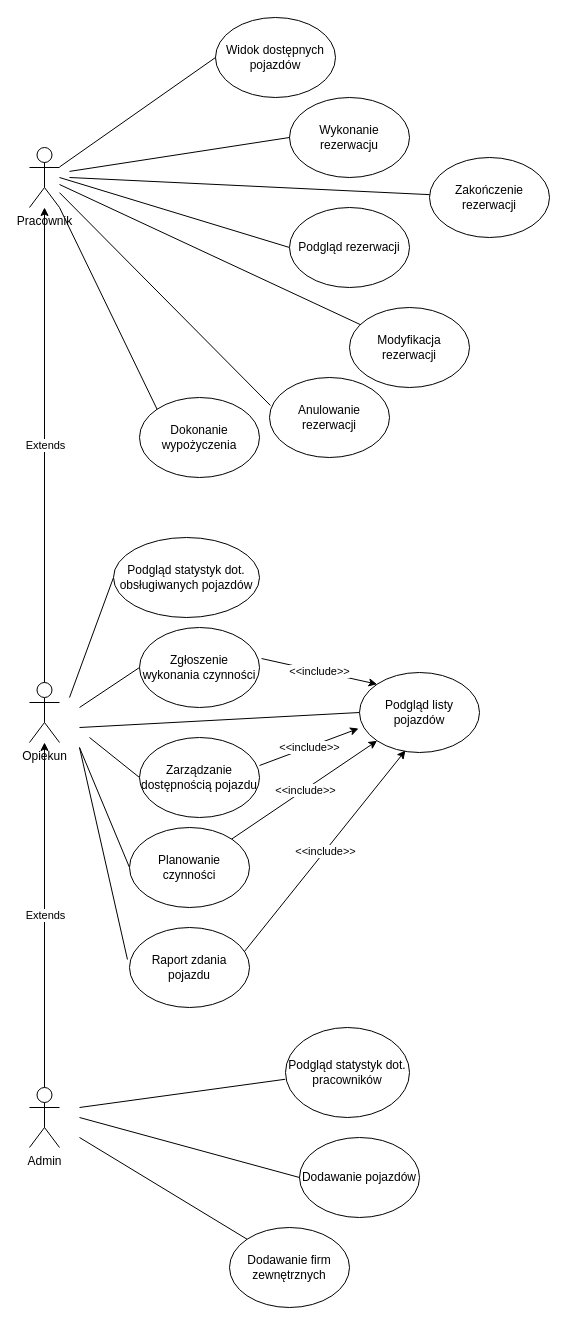
Earlier version of the draw.io diagram doc/przypadki.drawio (swietjak/2022_TAB_S10_CIESLAK). Source tidied: cells renumbered, new cells numbered last; positions are measured from the earlier drawing's top-left corner, leaving out a move shared by most shapes. Both pictures are drawn from the tidied source at 100%, with x=0, y=0 at pixel (29, 17).
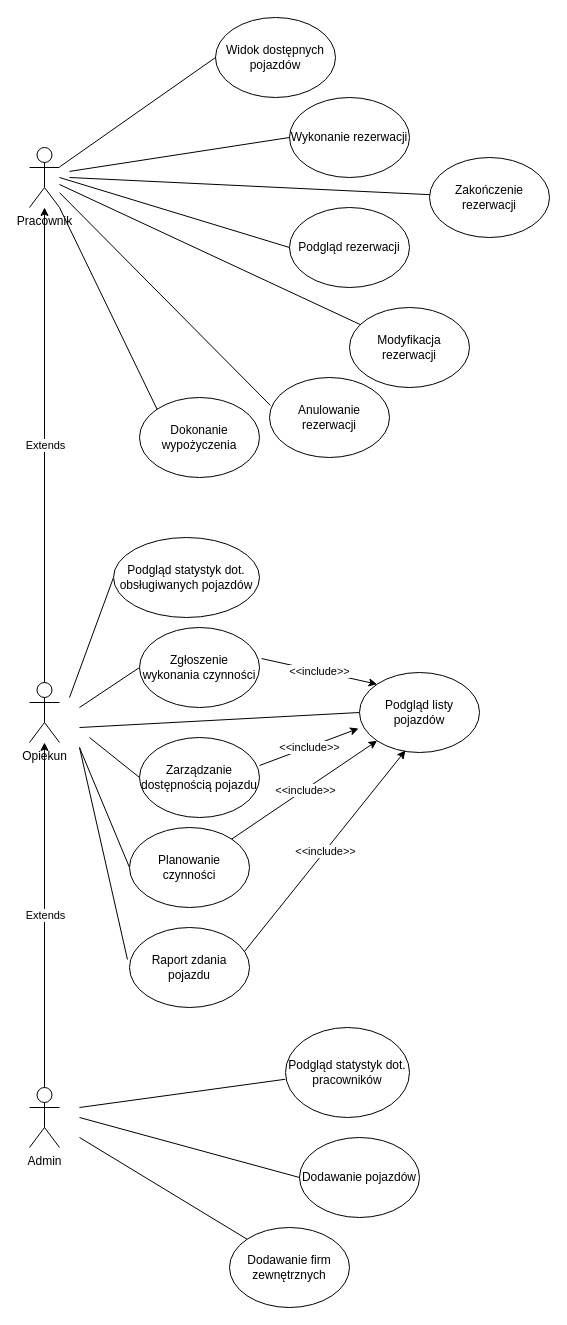
The same page after the edit.

What changed in the source:
```diff
@@
-    <mxCell id="5" value="Wykonanie rezerwacju" style="ellipse;whiteSpace=wrap;html=1;" parent="1" vertex="1">
+    <mxCell id="5" value="Wykonanie rezerwacji" style="ellipse;whiteSpace=wrap;html=1;" parent="1" vertex="1">
       <mxGeometry x="260" y="80" width="120" height="80" as="geometry" />
     </mxCell>
```
